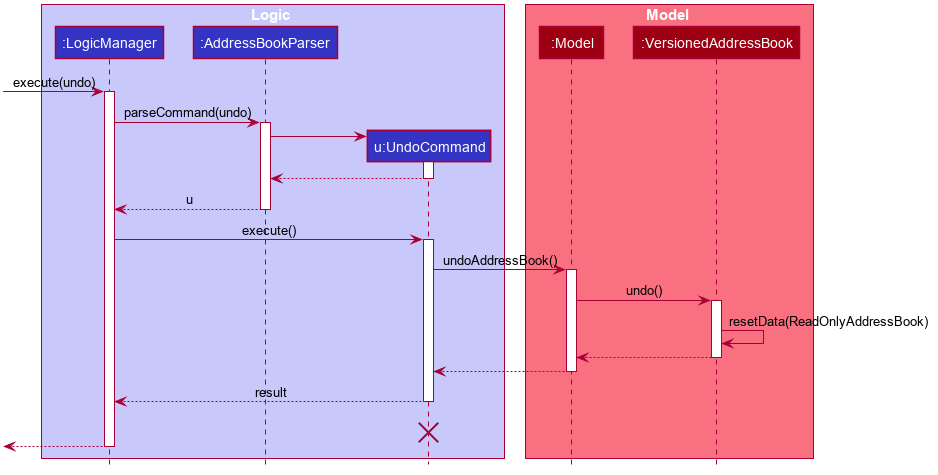
yunpeng1234/tp keeps this PlantUML diagram as docs/images/undo-redo/UndoSequenceDiagram.png. Above is the earlier version.
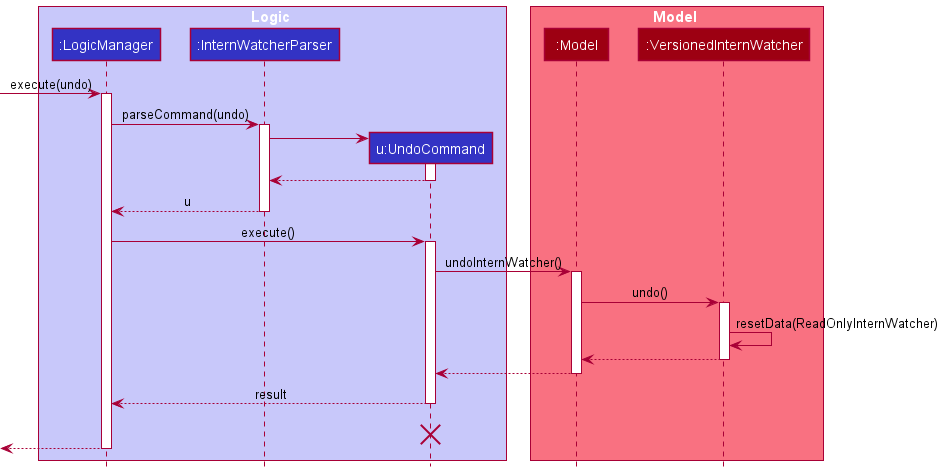
The same file after the commit.

The edit, as a diff of the source:
```diff
@@ -1,91 +1,44 @@
 @startuml
+!include style.puml
 
-
-
-
-
-
-
-
-skinparam BackgroundColor #FFFFFFF
-
-skinparam Shadowing false
-
-skinparam Class {
-    FontColor #FFFFFF
-    BorderThickness 1
-    BorderColor #FFFFFF
-    StereotypeFontColor #FFFFFF
-    FontName Arial
-}
-
-skinparam Actor {
-    BorderColor #000000
-    Color #000000
-    FontName Arial
-}
-
-skinparam Sequence {
-    MessageAlign center
-    BoxFontSize 15
-    BoxPadding 0
-    BoxFontColor #FFFFFF
-    FontName Arial
-}
-
-skinparam Participant {
-    FontColor #FFFFFFF
-    Padding 20
-}
-
-skinparam MinClassWidth 50
-skinparam ParticipantPadding 10
-skinparam Shadowing false
-skinparam DefaultTextAlignment center
-skinparam packageStyle Rectangle
-
-hide footbox
-hide members
-hide circle
-
-box Logic #C8C8FA
-participant ":LogicManager" as LogicManager #3333C4
-participant ":AddressBookParser" as AddressBookParser #3333C4
-participant "u:UndoCommand" as UndoCommand #3333C4
+box Logic LOGIC_COLOR_T1
+participant ":LogicManager" as LogicManager LOGIC_COLOR
+participant ":InternWatcherParser" as InternWatcherParser LOGIC_COLOR
+participant "u:UndoCommand" as UndoCommand LOGIC_COLOR
 end box
 
-box Model #F97181
-participant ":Model" as Model #9D0012
-participant ":VersionedAddressBook" as VersionedAddressBook #9D0012
+box Model MODEL_COLOR_T1
+participant ":Model" as Model MODEL_COLOR
+participant ":VersionedInternWatcher" as VersionedInternWatcher MODEL_COLOR
 end box
 [-> LogicManager : execute(undo)
 activate LogicManager
 
-LogicManager -> AddressBookParser : parseCommand(undo)
-activate AddressBookParser
+LogicManager -> InternWatcherParser : parseCommand(undo)
+activate InternWatcherParser
 
 create UndoCommand
-AddressBookParser -> UndoCommand
+InternWatcherParser -> UndoCommand
 activate UndoCommand
 
-UndoCommand --> AddressBookParser
+UndoCommand --> InternWatcherParser
 deactivate UndoCommand
 
-AddressBookParser --> LogicManager : u
-deactivate AddressBookParser
+InternWatcherParser --> LogicManager : u
+deactivate InternWatcherParser
 
 LogicManager -> UndoCommand : execute()
 activate UndoCommand
 
-UndoCommand -> Model : undoAddressBook()
+UndoCommand -> Model : undoInternWatcher()
 activate Model
 
-Model -> VersionedAddressBook : undo()
-activate VersionedAddressBook
+Model -> VersionedInternWatcher : undo()
+activate VersionedInternWatcher
 
-VersionedAddressBook -> VersionedAddressBook :resetData(ReadOnlyAddressBook)
-VersionedAddressBook --> Model :
-deactivate VersionedAddressBook
+VersionedInternWatcher -> VersionedInternWatcher :resetData(ReadOnlyInternWatcher)
+VersionedInternWatcher --> Model :
+deactivate VersionedInternWatcher
 
 Model --> UndoCommand
 deactivate Model
```
